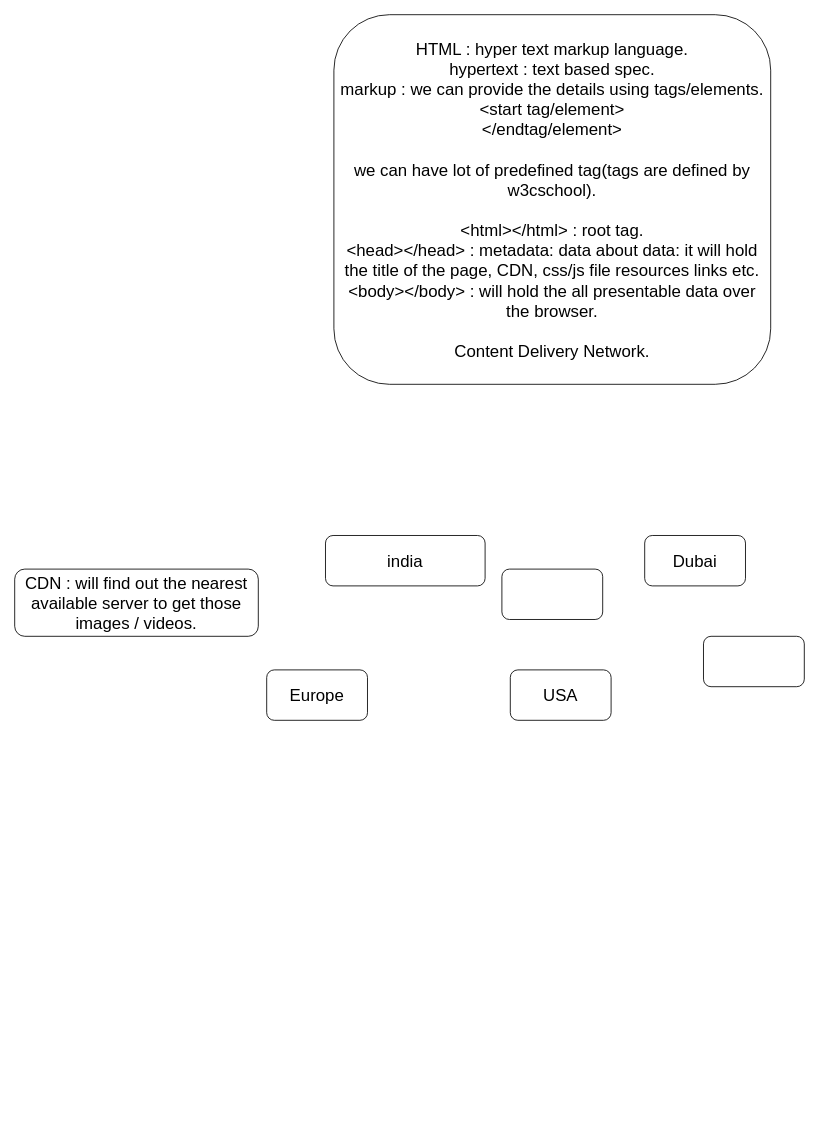
This is page "Page-6" (6 of 6) of Untitled Diagram.drawio from abhinandanchivate/khoct2, a draw.io file, before an edit. Source tidied: cells renumbered, new cells numbered last; positions are measured from the earlier drawing's top-left corner, leaving out a move shared by most shapes. Both pictures are drawn from the tidied source at 84%, with x=0, y=0 at pixel (14, 14).
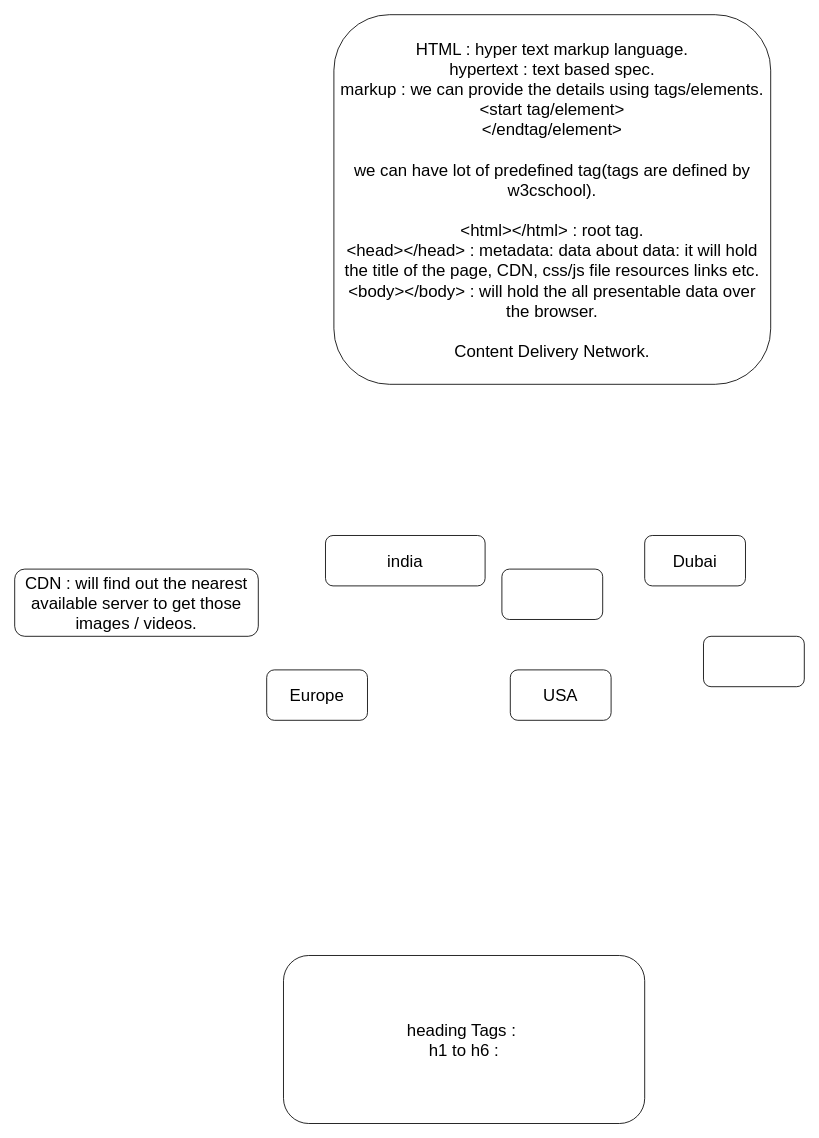
Above is the later version.

What changed in the source:
```diff
@@
 <mxGraphModel>
   <root>
     <mxCell id="0" />
     <mxCell id="1" parent="0" />
     <mxCell id="2" value="HTML : hyper text markup language.&lt;br&gt;hypertext : text based spec.&lt;br&gt;markup : we can provide the details using tags/elements.&lt;br&gt;&amp;lt;start tag/element&amp;gt;&lt;br&gt;&amp;lt;/endtag/element&amp;gt;&lt;br&gt;&lt;br&gt;we can have lot of predefined tag(tags are defined by w3cschool).&lt;br&gt;&lt;br&gt;&amp;lt;html&amp;gt;&amp;lt;/html&amp;gt; : root tag.&lt;br&gt;&amp;lt;head&amp;gt;&amp;lt;/head&amp;gt; : metadata: data about data: it will hold the title of the page, CDN, css/js file resources links etc.&lt;br&gt;&amp;lt;body&amp;gt;&amp;lt;/body&amp;gt; : will hold the all presentable data over the browser.&lt;br&gt;&lt;br&gt;Content Delivery Network.&lt;br&gt;" style="rounded=1;whiteSpace=wrap;html=1;fontSize=20;" parent="1" vertex="1">
       <mxGeometry x="380" width="520" height="440" as="geometry" />
     </mxCell>
     <mxCell id="3" value="india" style="rounded=1;whiteSpace=wrap;html=1;fontSize=20;" parent="1" vertex="1">
       <mxGeometry x="370" y="620" width="190" height="60" as="geometry" />
     </mxCell>
     <mxCell id="4" value="Dubai" style="rounded=1;whiteSpace=wrap;html=1;fontSize=20;" parent="1" vertex="1">
       <mxGeometry x="750" y="620" width="120" height="60" as="geometry" />
     </mxCell>
     <mxCell id="5" value="USA" style="rounded=1;whiteSpace=wrap;html=1;fontSize=20;" parent="1" vertex="1">
       <mxGeometry x="590" y="780" width="120" height="60" as="geometry" />
     </mxCell>
     <mxCell id="6" value="Europe" style="rounded=1;whiteSpace=wrap;html=1;fontSize=20;" parent="1" vertex="1">
       <mxGeometry x="300" y="780" width="120" height="60" as="geometry" />
     </mxCell>
     <mxCell id="7" style="rounded=1;whiteSpace=wrap;html=1;fontSize=20;" parent="1" vertex="1">
       <mxGeometry x="820" y="740" width="120" height="60" as="geometry" />
     </mxCell>
     <mxCell id="8" value="CDN : will find out the nearest available server to get those images / videos." style="rounded=1;whiteSpace=wrap;html=1;fontSize=20;" parent="1" vertex="1">
       <mxGeometry y="660" width="290" height="80" as="geometry" />
     </mxCell>
     <mxCell id="9" style="rounded=1;whiteSpace=wrap;html=1;fontSize=20;" parent="1" vertex="1">
       <mxGeometry x="580" y="660" width="120" height="60" as="geometry" />
     </mxCell>
+    <mxCell id="10" value="heading Tags :&amp;nbsp;&lt;br&gt;h1 to h6 :&lt;br&gt;" style="rounded=1;whiteSpace=wrap;html=1;fontSize=20;" parent="1" vertex="1">
+      <mxGeometry x="320" y="1120" width="430" height="200" as="geometry" />
+    </mxCell>
   </root>
 </mxGraphModel>
```
